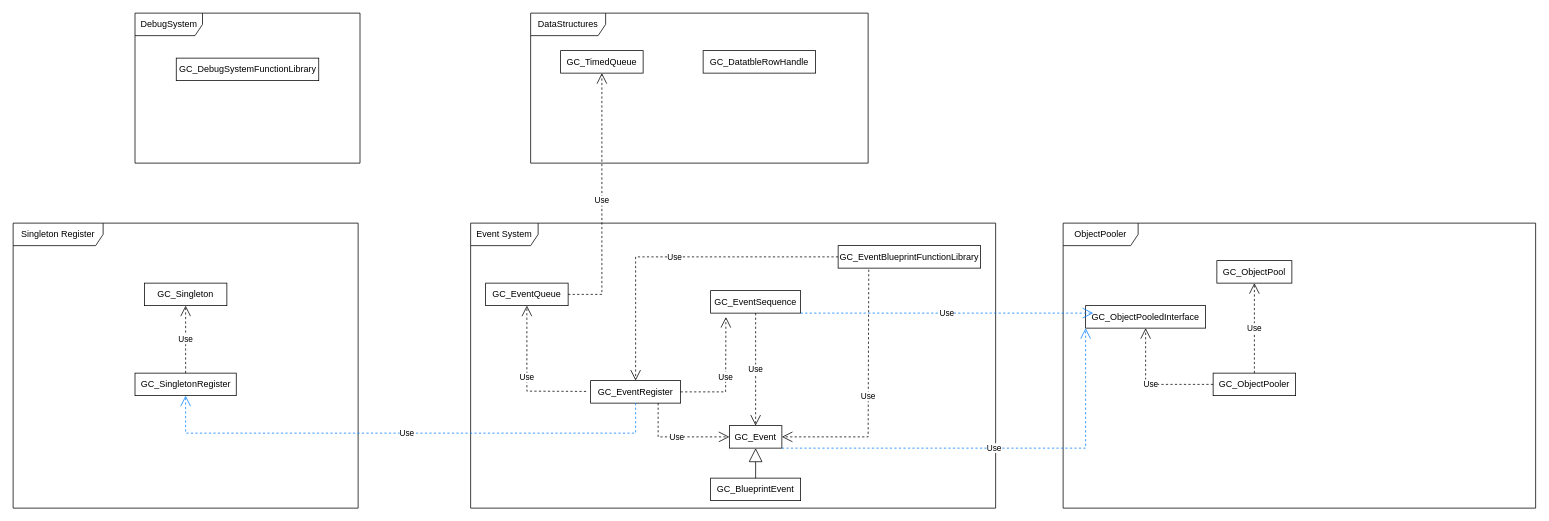
Before: Docs/GenericClassesDependencies.drawio in marckiarck/CumpleJuan, a draw.io diagram. Source tidied: cells renumbered, new cells numbered last; positions are measured from the earlier drawing's top-left corner, leaving out a move shared by most shapes. Both pictures are drawn from the tidied source at 75%, with x=0, y=0 at pixel (13, 13).
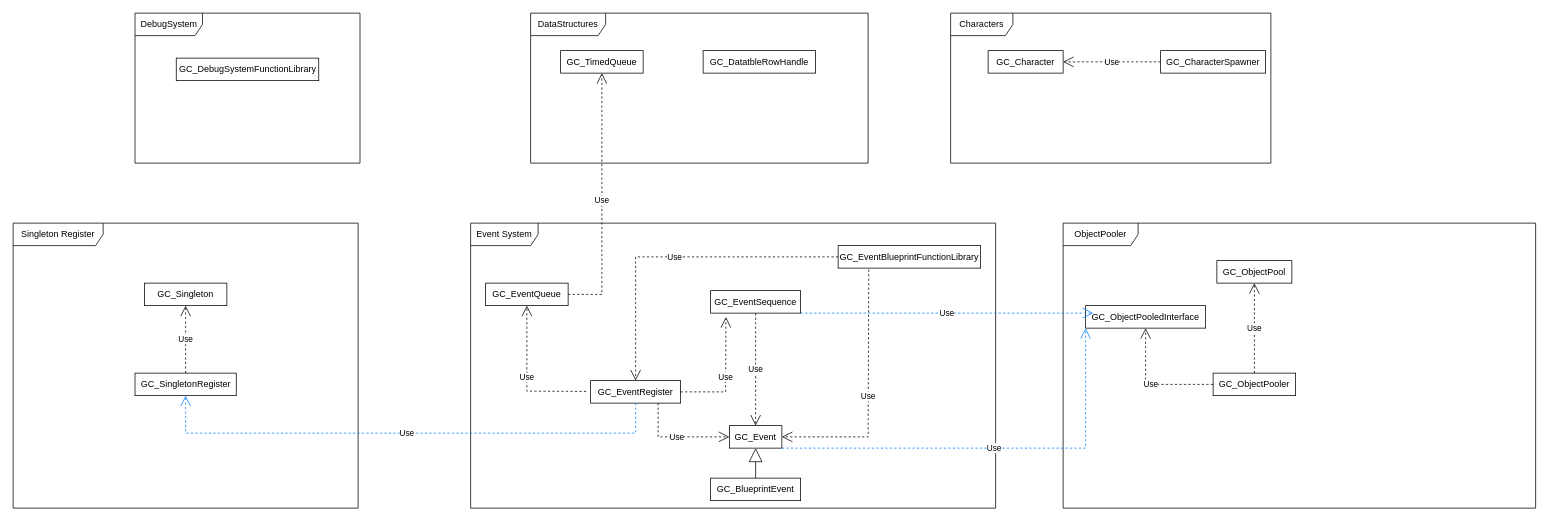
The same diagram, later.

What changed in the source:
```diff
@@
+    <mxCell id="35" value="Characters" style="shape=umlFrame;whiteSpace=wrap;html=1;width=83;height=30;" parent="1" vertex="1">
+      <mxGeometry x="1250" width="427" height="200" as="geometry" />
+    </mxCell>
+    <mxCell id="36" value="GC_Character" style="html=1;whiteSpace=wrap;" parent="1" vertex="1">
+      <mxGeometry x="1300" y="50" width="100" height="30" as="geometry" />
+    </mxCell>
+    <mxCell id="37" value="GC_CharacterSpawner" style="html=1;whiteSpace=wrap;" parent="1" vertex="1">
+      <mxGeometry x="1530" y="50" width="140" height="30" as="geometry" />
+    </mxCell>
+    <mxCell id="38" value="Use" style="endArrow=open;endSize=12;dashed=1;html=1;rounded=0;entryX=1;entryY=0.5;entryDx=0;entryDy=0;" parent="1" edge="1" source="37" target="36">
+      <mxGeometry relative="1" as="geometry" />
+    </mxCell>
```
